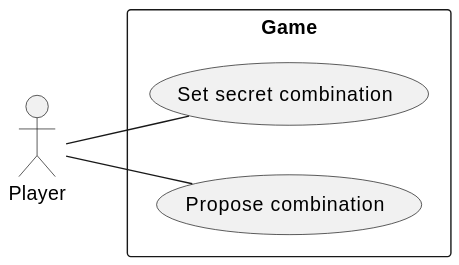
vfred0/mastermind keeps this PlantUML diagram as docs/images/1-requeriments/1-actors-use-cases/game.svg. Above is the earlier version. The source it was exported from:
```plantuml
@startuml
left to right direction
actor Player

rectangle "Game" {
    Player -- (Set secret combination)
    Player -- (Propose combination)
}
@enduml
```
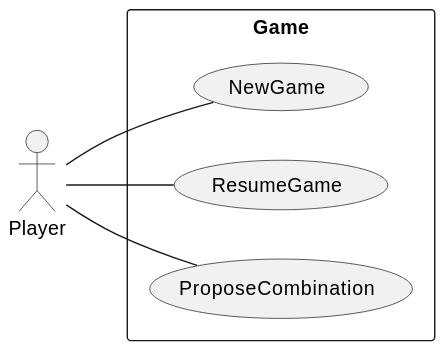
After the change.

Change to the diagram source:
```diff
@@ -3,7 +3,8 @@
 actor Player
 
 rectangle "Game" {
-    Player -- (Set secret combination)
-    Player -- (Propose combination)
+    Player -- (NewGame)
+    Player -- (ResumeGame)
+    Player -- (ProposeCombination)
 }
 @enduml
```
